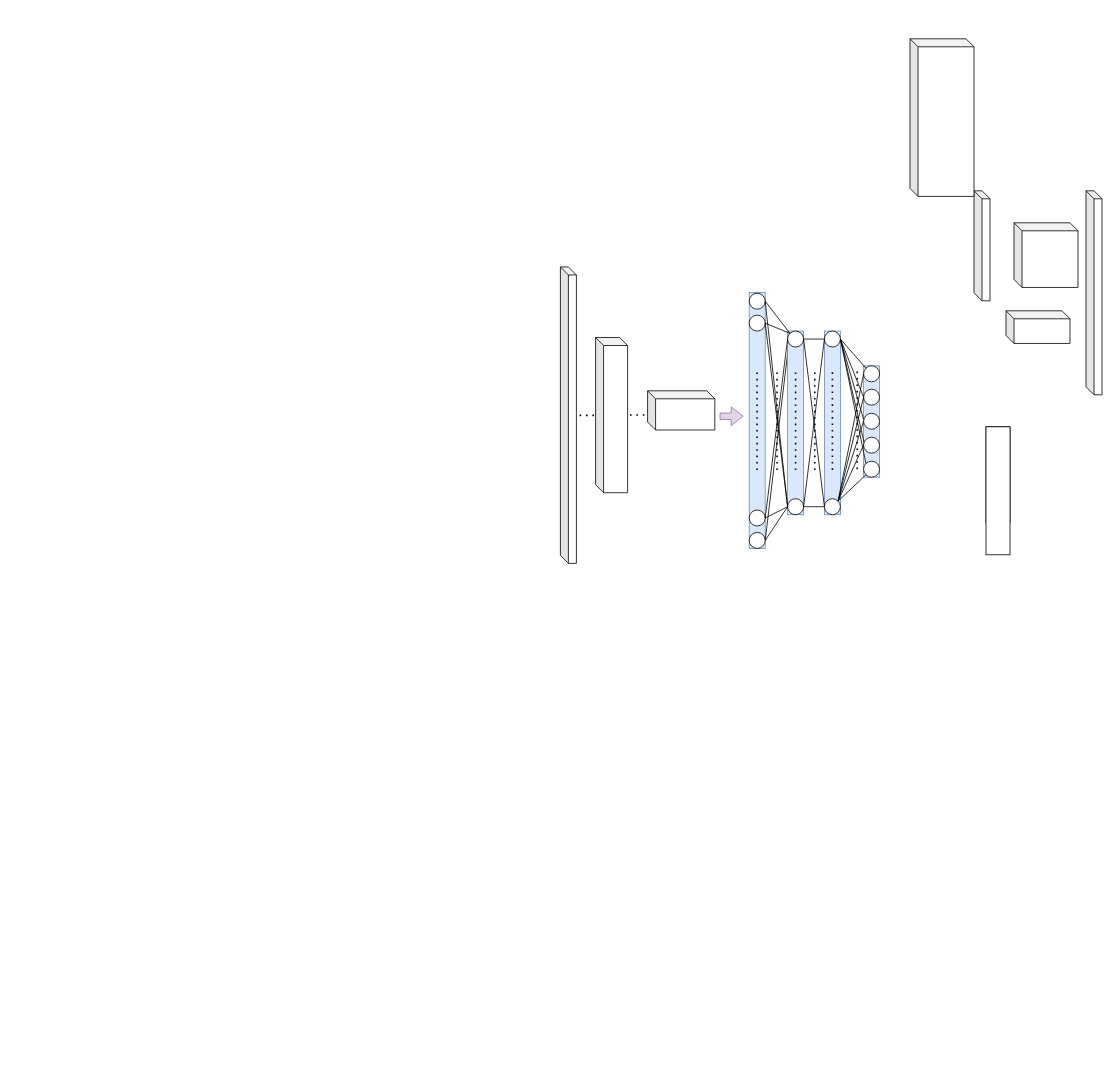
The draw.io diagram 未命名绘图.drawio in bazingaaaa-ss/easymcm, before the edit. Source tidied: cells renumbered, new cells numbered last; positions are measured from the earlier drawing's top-left corner, leaving out a move shared by most shapes. Both pictures are drawn from the tidied source at 80%, with x=0, y=0 at pixel (560, 38).
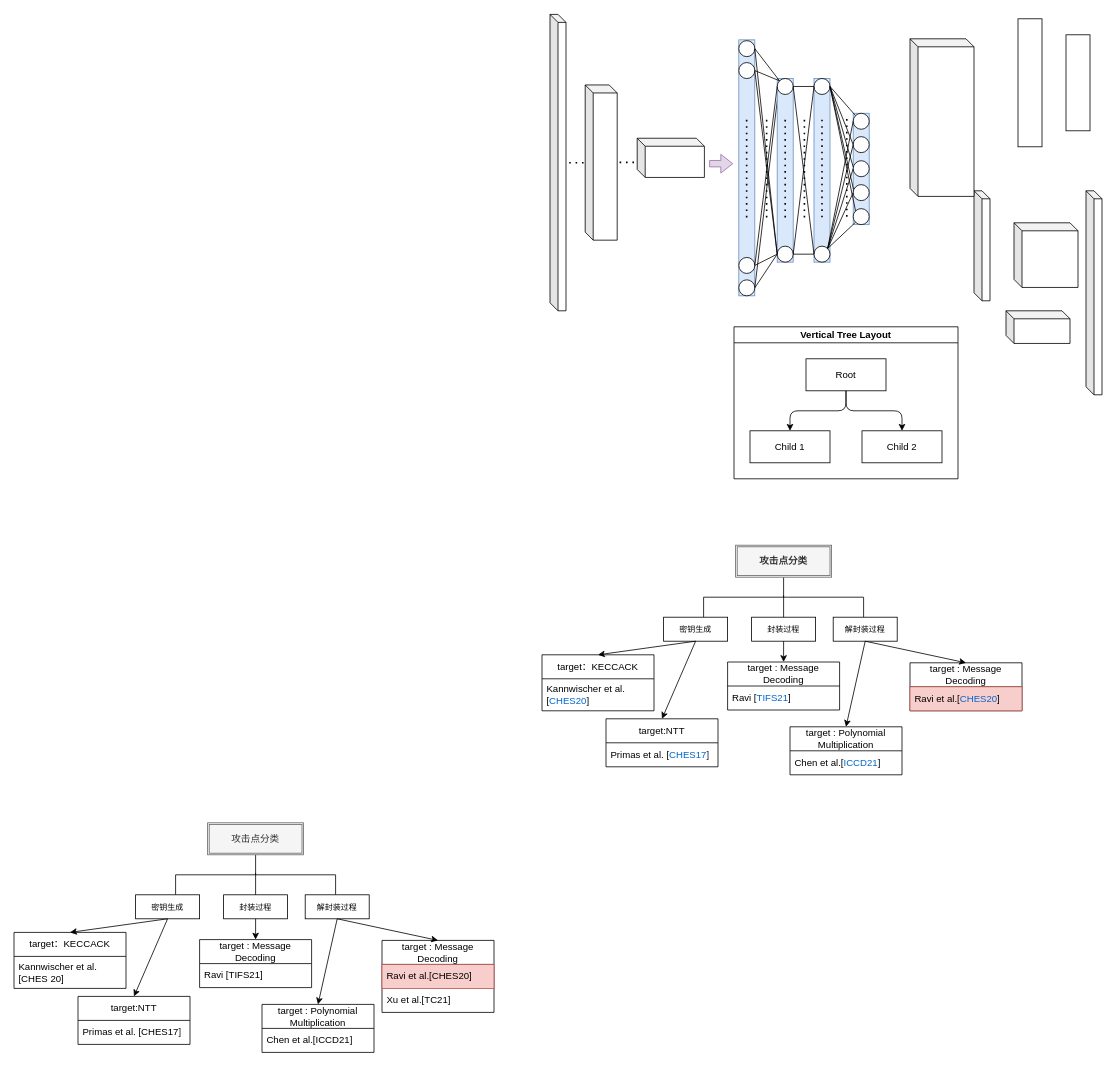
After the change.

Commit message:
更新未命名绘图.drawio

The edit, as a diff of the source:
```diff
@@
     <mxCell id="7" style="rounded=0;whiteSpace=wrap;html=1;rotation=90;" parent="1" vertex="1">
-      <mxGeometry x="487" y="530" width="120" height="30" as="geometry" />
+      <mxGeometry x="587" y="40" width="120" height="30" as="geometry" />
     </mxCell>
     <mxCell id="8" style="rounded=0;whiteSpace=wrap;html=1;rotation=90;" parent="1" vertex="1">
-      <mxGeometry x="467" y="550" width="160" height="30" as="geometry" />
+      <mxGeometry x="507" y="40" width="160" height="30" as="geometry" />
     </mxCell>
     <mxCell id="9" style="group;" parent="1" vertex="1">
-      <mxGeometry y="285.2" width="399" height="370.5" as="geometry" />
+      <mxGeometry x="-13" y="-30.5" width="399" height="370.5" as="geometry" />
     </mxCell>
@@
+    <mxCell id="61" value="Vertical Tree Layout" style="swimlane;startSize=20;horizontal=1;horizontalTree=0;containerType=tree;fontSize=12;" parent="1" vertex="1">
+      <mxGeometry x="217" y="360" width="280" height="190" as="geometry" />
+    </mxCell>
+    <mxCell id="62" value="Root" style="whiteSpace=wrap;html=1;" parent="61" vertex="1">
+      <mxGeometry x="90" y="40" width="100" height="40" as="geometry" />
+    </mxCell>
+    <mxCell id="63" value="Child 1" style="whiteSpace=wrap;html=1;" parent="61" vertex="1">
+      <mxGeometry x="20" y="130" width="100" height="40" as="geometry" />
+    </mxCell>
+    <mxCell id="64" style="edgeStyle=elbowEdgeStyle;elbow=vertical;html=1;rounded=1;curved=0;sourcePerimeterSpacing=0;targetPerimeterSpacing=0;startSize=6;endSize=6;" parent="61" edge="1" source="62" target="63">
+      <mxGeometry relative="1" as="geometry" />
+    </mxCell>
+    <mxCell id="65" value="Child 2" style="whiteSpace=wrap;html=1;" parent="61" vertex="1">
+      <mxGeometry x="160" y="130" width="100" height="40" as="geometry" />
+    </mxCell>
+    <mxCell id="66" style="edgeStyle=elbowEdgeStyle;elbow=vertical;html=1;rounded=1;curved=0;sourcePerimeterSpacing=0;targetPerimeterSpacing=0;startSize=6;endSize=6;" parent="61" edge="1" source="62" target="65">
+      <mxGeometry relative="1" as="geometry" />
+    </mxCell>
+    <mxCell id="67" style="strokeWidth=1;html=1;shape=mxgraph.flowchart.annotation_2;align=left;labelPosition=right;rotation=0;direction=south;" parent="1" vertex="1">
+      <mxGeometry x="-481" y="1020" width="200" height="50" as="geometry" />
+    </mxCell>
+    <mxCell id="68" value="&lt;font style=&quot;font-size: 10px;&quot;&gt;密钥生成&lt;/font&gt;" style="rounded=0;whiteSpace=wrap;html=1;fontSize=10;" parent="1" vertex="1">
+      <mxGeometry x="-531" y="1070" width="80" height="30" as="geometry" />
+    </mxCell>
+    <mxCell id="69" value="攻击点分类" style="shape=ext;double=1;rounded=0;whiteSpace=wrap;html=1;fillColor=#f5f5f5;fontColor=#333333;strokeColor=#666666;" parent="1" vertex="1">
+      <mxGeometry x="-441" y="980" width="120" height="40" as="geometry" />
+    </mxCell>
+    <mxCell id="70" value="封装过程" style="rounded=0;whiteSpace=wrap;html=1;fontSize=10;" parent="1" vertex="1">
+      <mxGeometry x="-421" y="1070" width="80" height="30" as="geometry" />
+    </mxCell>
+    <mxCell id="71" value="解封装过程" style="rounded=0;whiteSpace=wrap;html=1;fontSize=10;" parent="1" vertex="1">
+      <mxGeometry x="-319" y="1070" width="80" height="30" as="geometry" />
+    </mxCell>
+    <mxCell id="72" style="edgeStyle=orthogonalEdgeStyle;rounded=0;jettySize=auto;html=1;exitX=0.5;exitY=0;exitDx=0;exitDy=0;entryX=0.455;entryY=0.5;entryDx=0;entryDy=0;entryPerimeter=0;strokeWidth=1;endArrow=none;endFill=0;" parent="1" edge="1" source="70" target="67">
+      <mxGeometry relative="1" as="geometry" />
+    </mxCell>
+    <mxCell id="73" value="target：KECCACK" style="swimlane;fontStyle=0;horizontal=1;startSize=30;whiteSpace=wrap;html=1;" parent="1" vertex="1">
+      <mxGeometry x="-683" y="1117" width="140" height="70" as="geometry" />
+    </mxCell>
+    <mxCell id="74" value="Kannwischer et al.[CHES 20]" style="text;strokeColor=none;fillColor=none;align=left;verticalAlign=middle;spacingLeft=4;spacingRight=4;overflow=hidden;whiteSpace=wrap;html=1;" parent="73" vertex="1">
+      <mxGeometry y="30" width="140" height="40" as="geometry" />
+    </mxCell>
+    <mxCell id="75" style="rounded=0;jettySize=auto;html=1;exitX=0.5;exitY=1;exitDx=0;exitDy=0;entryX=0.5;entryY=0;entryDx=0;entryDy=0;" parent="1" edge="1" source="68" target="73">
+      <mxGeometry relative="1" as="geometry" />
+    </mxCell>
+    <mxCell id="76" value="target:NTT" style="swimlane;fontStyle=0;horizontal=1;startSize=30;whiteSpace=wrap;html=1;" parent="1" vertex="1">
+      <mxGeometry x="-603" y="1197" width="140" height="60" as="geometry" />
+    </mxCell>
+    <mxCell id="77" value="Primas et al. [CHES17]" style="text;strokeColor=none;fillColor=none;align=left;verticalAlign=middle;spacingLeft=4;spacingRight=4;overflow=hidden;whiteSpace=wrap;html=1;" parent="76" vertex="1">
+      <mxGeometry y="30" width="140" height="30" as="geometry" />
+    </mxCell>
+    <mxCell id="78" style="rounded=0;jettySize=auto;html=1;exitX=0.5;exitY=1;exitDx=0;exitDy=0;entryX=0.5;entryY=0;entryDx=0;entryDy=0;endArrow=classic;endFill=1;" parent="1" edge="1" source="68" target="76">
+      <mxGeometry relative="1" as="geometry" />
+    </mxCell>
+    <mxCell id="79" value="target : Message Decoding" style="swimlane;fontStyle=0;horizontal=1;startSize=30;whiteSpace=wrap;html=1;" parent="1" vertex="1">
+      <mxGeometry x="-451" y="1126" width="140" height="60" as="geometry" />
+    </mxCell>
+    <mxCell id="80" value="Ravi [TIFS21]&amp;nbsp;" style="text;strokeColor=none;fillColor=none;align=left;verticalAlign=middle;spacingLeft=4;spacingRight=4;overflow=hidden;whiteSpace=wrap;html=1;" parent="79" vertex="1">
+      <mxGeometry y="30" width="140" height="30" as="geometry" />
+    </mxCell>
+    <mxCell id="81" style="rounded=0;jettySize=auto;html=1;exitX=0.5;exitY=1;exitDx=0;exitDy=0;entryX=0.5;entryY=0;entryDx=0;entryDy=0;" parent="1" edge="1" source="70" target="79">
+      <mxGeometry relative="1" as="geometry" />
+    </mxCell>
+    <mxCell id="82" value="target : Message Decoding" style="swimlane;fontStyle=0;horizontal=1;startSize=30;whiteSpace=wrap;html=1;" parent="1" vertex="1">
+      <mxGeometry x="-223" y="1127" width="140" height="90" as="geometry" />
+    </mxCell>
+    <mxCell id="83" value="Ravi et al.[CHES20]" style="text;strokeColor=#b85450;fillColor=#f8cecc;align=left;verticalAlign=middle;spacingLeft=4;spacingRight=4;overflow=hidden;whiteSpace=wrap;html=1;" parent="82" vertex="1">
+      <mxGeometry y="30" width="140" height="30" as="geometry" />
+    </mxCell>
+    <mxCell id="84" value="Xu et al.[TC21]" style="text;strokeColor=none;fillColor=none;align=left;verticalAlign=middle;spacingLeft=4;spacingRight=4;overflow=hidden;whiteSpace=wrap;html=1;" parent="82" vertex="1">
+      <mxGeometry y="60" width="140" height="30" as="geometry" />
+    </mxCell>
+    <mxCell id="85" style="rounded=0;jettySize=auto;html=1;exitX=0.5;exitY=1;exitDx=0;exitDy=0;entryX=0.5;entryY=0;entryDx=0;entryDy=0;" parent="1" edge="1" source="71" target="82">
+      <mxGeometry relative="1" as="geometry" />
+    </mxCell>
+    <mxCell id="86" value="target : Polynomial Multiplication" style="swimlane;fontStyle=0;horizontal=1;startSize=30;whiteSpace=wrap;html=1;" parent="1" vertex="1">
+      <mxGeometry x="-373" y="1207" width="140" height="60" as="geometry" />
+    </mxCell>
+    <mxCell id="87" value="Chen et al.[ICCD21]" style="text;strokeColor=none;fillColor=none;align=left;verticalAlign=middle;spacingLeft=4;spacingRight=4;overflow=hidden;whiteSpace=wrap;html=1;" parent="86" vertex="1">
+      <mxGeometry y="30" width="140" height="30" as="geometry" />
+    </mxCell>
+    <mxCell id="88" style="rounded=0;jettySize=auto;html=1;exitX=0.5;exitY=1;exitDx=0;exitDy=0;entryX=0.5;entryY=0;entryDx=0;entryDy=0;" parent="1" edge="1" source="71" target="86">
+      <mxGeometry relative="1" as="geometry" />
+    </mxCell>
+    <mxCell id="89" style="group;" parent="1" vertex="1">
+      <mxGeometry x="-23" y="633" width="600" height="287" as="geometry" />
+    </mxCell>
+    <mxCell id="90" style="strokeWidth=1;html=1;shape=mxgraph.flowchart.annotation_2;align=left;labelPosition=right;rotation=0;direction=south;" parent="89" vertex="1">
+      <mxGeometry x="202" y="40" width="200" height="50" as="geometry" />
+    </mxCell>
+    <mxCell id="91" value="&lt;font style=&quot;font-size: 10px;&quot;&gt;密钥生成&lt;/font&gt;" style="rounded=0;whiteSpace=wrap;html=1;fontSize=10;" parent="89" vertex="1">
+      <mxGeometry x="152" y="90" width="80" height="30" as="geometry" />
+    </mxCell>
+    <mxCell id="92" value="攻击点分类" style="shape=ext;double=1;rounded=0;whiteSpace=wrap;html=1;fillColor=#f5f5f5;fontColor=#333333;strokeColor=#666666;fontStyle=1;" parent="89" vertex="1">
+      <mxGeometry x="242" width="120" height="40" as="geometry" />
+    </mxCell>
+    <mxCell id="93" value="封装过程" style="rounded=0;whiteSpace=wrap;html=1;fontSize=10;" parent="89" vertex="1">
+      <mxGeometry x="262" y="90" width="80" height="30" as="geometry" />
+    </mxCell>
+    <mxCell id="94" value="解封装过程" style="rounded=0;whiteSpace=wrap;html=1;fontSize=10;" parent="89" vertex="1">
+      <mxGeometry x="364" y="90" width="80" height="30" as="geometry" />
+    </mxCell>
+    <mxCell id="95" style="edgeStyle=orthogonalEdgeStyle;rounded=0;jettySize=auto;html=1;exitX=0.5;exitY=0;exitDx=0;exitDy=0;entryX=0.455;entryY=0.5;entryDx=0;entryDy=0;entryPerimeter=0;strokeWidth=1;endArrow=none;endFill=0;" parent="89" edge="1" source="93" target="90">
+      <mxGeometry relative="1" as="geometry" />
+    </mxCell>
+    <mxCell id="96" value="target：KECCACK" style="swimlane;fontStyle=0;horizontal=1;startSize=30;whiteSpace=wrap;html=1;" parent="89" vertex="1">
+      <mxGeometry y="137" width="140" height="70" as="geometry" />
+    </mxCell>
+    <mxCell id="97" value="Kannwischer et al.[&lt;font color=&quot;#0066cc&quot;&gt;CHES20&lt;/font&gt;]" style="text;strokeColor=none;fillColor=none;align=left;verticalAlign=middle;spacingLeft=4;spacingRight=4;overflow=hidden;whiteSpace=wrap;html=1;" parent="96" vertex="1">
+      <mxGeometry y="30" width="140" height="40" as="geometry" />
+    </mxCell>
+    <mxCell id="98" style="rounded=0;jettySize=auto;html=1;exitX=0.5;exitY=1;exitDx=0;exitDy=0;entryX=0.5;entryY=0;entryDx=0;entryDy=0;" parent="89" edge="1" source="91" target="96">
+      <mxGeometry relative="1" as="geometry" />
+    </mxCell>
+    <mxCell id="99" value="target:NTT" style="swimlane;fontStyle=0;horizontal=1;startSize=30;whiteSpace=wrap;html=1;" parent="89" vertex="1">
+      <mxGeometry x="80" y="217" width="140" height="60" as="geometry" />
+    </mxCell>
+    <mxCell id="100" value="Primas et al. [&lt;font color=&quot;#0066cc&quot;&gt;CHES17&lt;/font&gt;]" style="text;strokeColor=none;fillColor=none;align=left;verticalAlign=middle;spacingLeft=4;spacingRight=4;overflow=hidden;whiteSpace=wrap;html=1;" parent="99" vertex="1">
+      <mxGeometry y="30" width="140" height="30" as="geometry" />
+    </mxCell>
+    <mxCell id="101" style="rounded=0;jettySize=auto;html=1;exitX=0.5;exitY=1;exitDx=0;exitDy=0;entryX=0.5;entryY=0;entryDx=0;entryDy=0;endArrow=classic;endFill=1;" parent="89" edge="1" source="91" target="99">
+      <mxGeometry relative="1" as="geometry" />
+    </mxCell>
+    <mxCell id="102" value="target : Message Decoding" style="swimlane;fontStyle=0;horizontal=1;startSize=30;whiteSpace=wrap;html=1;" parent="89" vertex="1">
+      <mxGeometry x="232" y="146" width="140" height="60" as="geometry" />
+    </mxCell>
+    <mxCell id="103" value="Ravi [&lt;font color=&quot;#0066cc&quot;&gt;TIFS21&lt;/font&gt;]&amp;nbsp;" style="text;strokeColor=none;fillColor=none;align=left;verticalAlign=middle;spacingLeft=4;spacingRight=4;overflow=hidden;whiteSpace=wrap;html=1;" parent="102" vertex="1">
+      <mxGeometry y="30" width="140" height="30" as="geometry" />
+    </mxCell>
+    <mxCell id="104" style="rounded=0;jettySize=auto;html=1;exitX=0.5;exitY=1;exitDx=0;exitDy=0;entryX=0.5;entryY=0;entryDx=0;entryDy=0;" parent="89" edge="1" source="93" target="102">
+      <mxGeometry relative="1" as="geometry" />
+    </mxCell>
+    <mxCell id="105" value="target : Message Decoding" style="swimlane;fontStyle=0;horizontal=1;startSize=30;whiteSpace=wrap;html=1;" parent="89" vertex="1">
+      <mxGeometry x="460" y="147" width="140" height="60" as="geometry" />
+    </mxCell>
+    <mxCell id="106" value="Ravi et al.[&lt;font color=&quot;#0066cc&quot;&gt;CHES20&lt;/font&gt;]" style="text;strokeColor=#b85450;fillColor=#f8cecc;align=left;verticalAlign=middle;spacingLeft=4;spacingRight=4;overflow=hidden;whiteSpace=wrap;html=1;" parent="105" vertex="1">
+      <mxGeometry y="30" width="140" height="30" as="geometry" />
+    </mxCell>
+    <mxCell id="107" style="rounded=0;jettySize=auto;html=1;exitX=0.5;exitY=1;exitDx=0;exitDy=0;entryX=0.5;entryY=0;entryDx=0;entryDy=0;" parent="89" edge="1" source="94" target="105">
+      <mxGeometry relative="1" as="geometry" />
+    </mxCell>
+    <mxCell id="108" value="target : Polynomial Multiplication" style="swimlane;fontStyle=0;horizontal=1;startSize=30;whiteSpace=wrap;html=1;" parent="89" vertex="1">
+      <mxGeometry x="310" y="227" width="140" height="60" as="geometry" />
+    </mxCell>
+    <mxCell id="109" value="Chen et al.[&lt;font color=&quot;#0066cc&quot;&gt;ICCD21&lt;/font&gt;]" style="text;strokeColor=none;fillColor=none;align=left;verticalAlign=middle;spacingLeft=4;spacingRight=4;overflow=hidden;whiteSpace=wrap;html=1;" parent="108" vertex="1">
+      <mxGeometry y="30" width="140" height="30" as="geometry" />
+    </mxCell>
+    <mxCell id="110" style="rounded=0;jettySize=auto;html=1;exitX=0.5;exitY=1;exitDx=0;exitDy=0;entryX=0.5;entryY=0;entryDx=0;entryDy=0;" parent="89" edge="1" source="94" target="108">
+      <mxGeometry relative="1" as="geometry" />
+    </mxCell>
```
